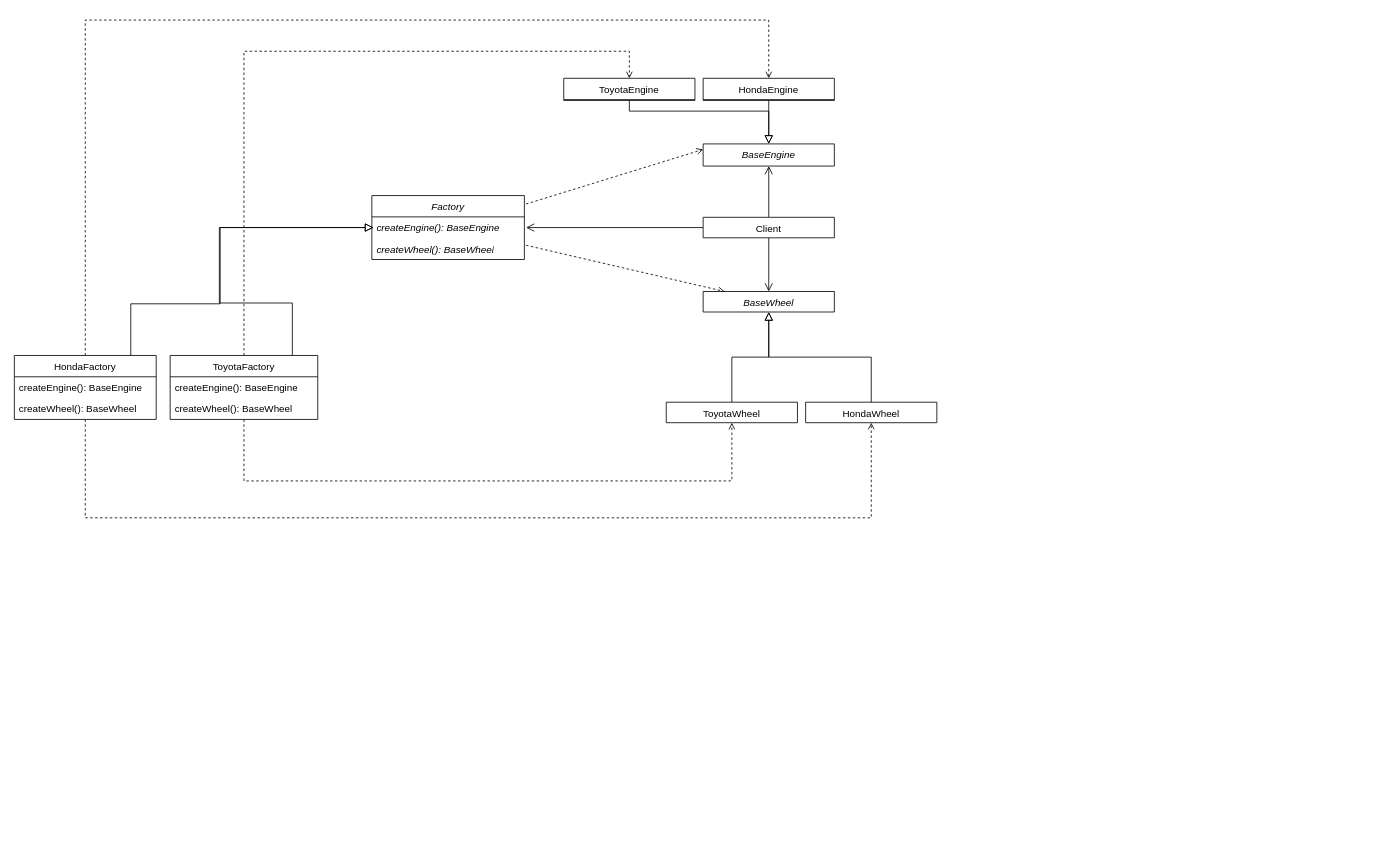
Earlier version of the draw.io diagram page "Страница-3" (3 of 3) of lab01/docs/1.drawio (Dvakian/Object-oriented-analysis-and-design-2). Source tidied: cells renumbered, new cells numbered last; positions are measured from the earlier drawing's top-left corner, leaving out a move shared by most shapes. Both pictures are drawn from the tidied source at 82%, with x=0, y=0 at pixel (14, 20).
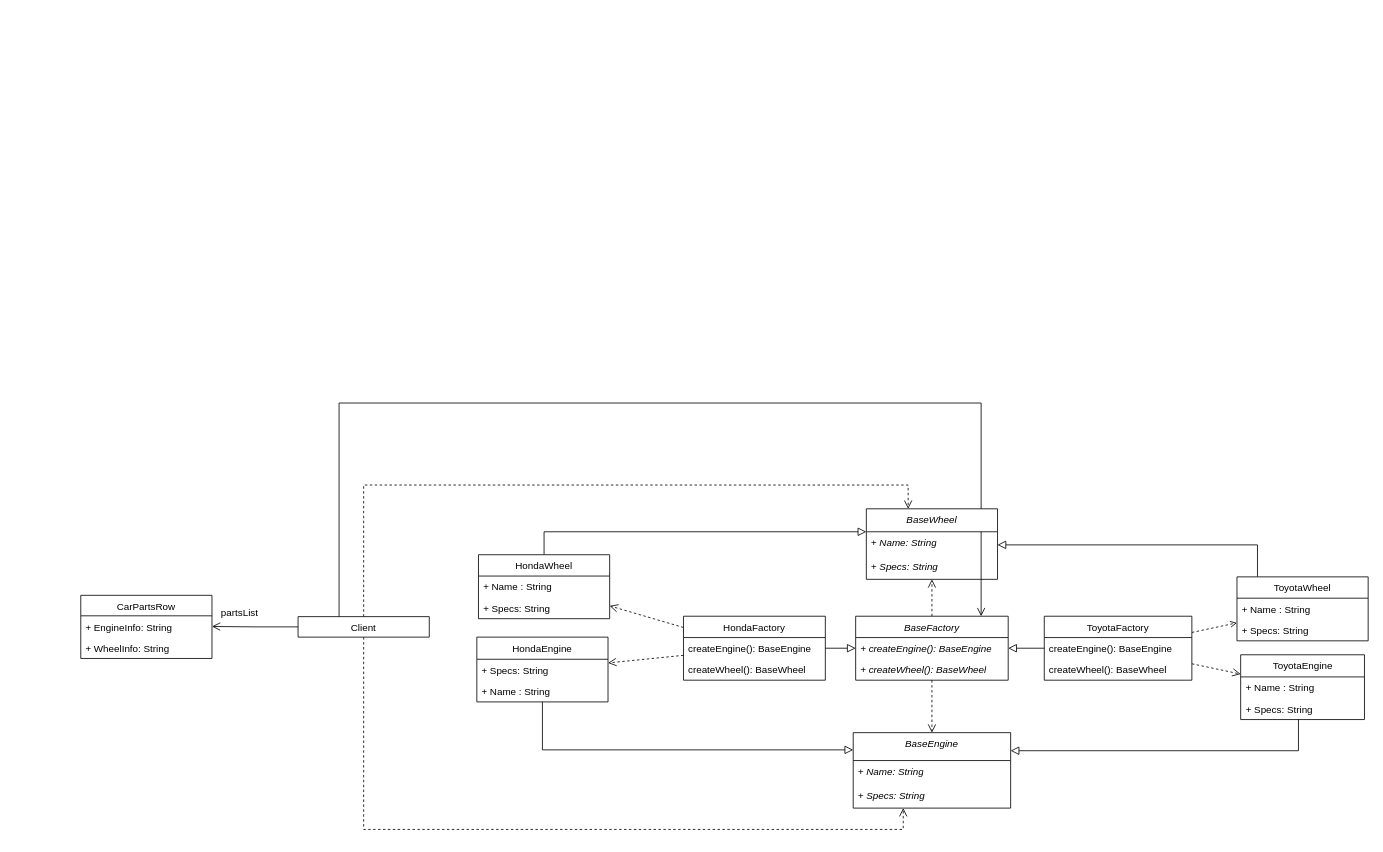
The same diagram, later.

Change to the diagram source:
```diff
@@
-    <mxCell id="2" style="edgeStyle=orthogonalEdgeStyle;rounded=0;jettySize=auto;html=1;endArrow=open;endFill=0;endSize=8;" parent="1" edge="1" source="5">
-      <mxGeometry relative="1" as="geometry">
-        <mxPoint x="624" y="253" as="targetPoint" />
-      </mxGeometry>
-    </mxCell>
-    <mxCell id="3" style="edgeStyle=orthogonalEdgeStyle;rounded=0;jettySize=auto;html=1;endSize=8;endArrow=open;endFill=0;" parent="1" edge="1" source="5" target="25">
-      <mxGeometry relative="1" as="geometry" />
-    </mxCell>
-    <mxCell id="4" style="edgeStyle=orthogonalEdgeStyle;rounded=0;jettySize=auto;html=1;endArrow=open;endFill=0;endSize=8;" parent="1" edge="1" source="5" target="20">
-      <mxGeometry relative="1" as="geometry" />
-    </mxCell>
-    <mxCell id="5" value="&lt;span style=&quot;font-weight: normal;&quot;&gt;Client&lt;/span&gt;" style="swimlane;fontStyle=1;align=center;verticalAlign=top;horizontal=1;startSize=34;whiteSpace=wrap;html=1;" parent="1" vertex="1">
-      <mxGeometry x="840" y="240.5" width="160" height="25" as="geometry" />
-    </mxCell>
-    <mxCell id="6" style="rounded=0;jettySize=auto;html=1;entryX=0;entryY=0.25;entryDx=0;entryDy=0;dashed=1;endArrow=open;endFill=0;" parent="1" edge="1" target="25">
-      <mxGeometry relative="1" as="geometry">
-        <mxPoint x="624" y="224.3" as="sourcePoint" />
-      </mxGeometry>
-    </mxCell>
-    <mxCell id="7" style="rounded=0;jettySize=auto;html=1;dashed=1;endArrow=open;endFill=0;" parent="1" edge="1" target="20">
-      <mxGeometry relative="1" as="geometry">
-        <mxPoint x="624" y="274.6" as="sourcePoint" />
-      </mxGeometry>
-    </mxCell>
-    <mxCell id="8" style="edgeStyle=orthogonalEdgeStyle;rounded=0;jettySize=auto;html=1;endArrow=block;endFill=0;endSize=8;" parent="1" edge="1" source="11">
-      <mxGeometry relative="1" as="geometry">
-        <mxPoint x="438" y="253" as="targetPoint" />
-        <Array as="points">
-          <mxPoint x="142" y="346" />
-          <mxPoint x="251" y="346" />
-        </Array>
-      </mxGeometry>
-    </mxCell>
+    <mxCell id="10" style="rounded=0;jettySize=auto;html=1;dashed=1;endArrow=open;endFill=0;endSize=8;" parent="1" edge="1" source="11" target="29">
+      <mxGeometry relative="1" as="geometry" />
+    </mxCell>
+    <mxCell id="33" style="edgeStyle=orthogonalEdgeStyle;rounded=0;jettySize=auto;html=1;endArrow=block;endFill=0;endSize=8;" parent="1" edge="1" source="11" target="41">
+      <mxGeometry relative="1" as="geometry">
+        <Array as="points">
+          <mxPoint x="926" y="766" />
+        </Array>
+      </mxGeometry>
+    </mxCell>
-    <mxCell id="9" style="rounded=0;jettySize=auto;html=1;edgeStyle=elbowEdgeStyle;dashed=1;endArrow=open;endFill=0;" parent="1" edge="1" source="11" target="24">
-      <mxGeometry relative="1" as="geometry">
-        <Array as="points">
-          <mxPoint x="564" y="607" />
-        </Array>
-      </mxGeometry>
+    <mxCell id="9" style="rounded=0;jettySize=auto;html=1;endArrow=open;endFill=0;endSize=8;dashed=1;" parent="1" edge="1" source="11" target="24">
+      <mxGeometry relative="1" as="geometry" />
     </mxCell>
-    <mxCell id="10" style="edgeStyle=orthogonalEdgeStyle;rounded=0;jettySize=auto;html=1;dashed=1;endArrow=open;endFill=0;" parent="1" edge="1" source="11" target="29">
-      <mxGeometry relative="1" as="geometry">
-        <Array as="points">
-          <mxPoint x="86" />
-          <mxPoint x="920" />
-        </Array>
-      </mxGeometry>
-    </mxCell>
     <mxCell id="11" value="&lt;span style=&quot;font-weight: normal;&quot;&gt;HondaFactory&lt;/span&gt;" style="swimlane;fontStyle=1;align=center;verticalAlign=top;horizontal=1;startSize=26;whiteSpace=wrap;html=1;" parent="1" vertex="1">
-      <mxGeometry y="409" width="173" height="78" as="geometry" />
+      <mxGeometry x="816" y="727" width="173" height="78" as="geometry" />
     </mxCell>
@@
-    <mxCell id="14" style="edgeStyle=orthogonalEdgeStyle;rounded=0;jettySize=auto;html=1;endArrow=block;endFill=0;endSize=8;" parent="1" edge="1" source="17">
-      <mxGeometry relative="1" as="geometry">
-        <mxPoint x="438" y="253" as="targetPoint" />
-        <Array as="points">
-          <mxPoint x="339" y="345" />
-          <mxPoint x="250" y="345" />
-        </Array>
-      </mxGeometry>
-    </mxCell>
+    <mxCell id="16" style="rounded=0;jettySize=auto;html=1;dashed=1;endArrow=open;endFill=0;endSize=8;" parent="1" edge="1" source="17" target="27">
+      <mxGeometry relative="1" as="geometry" />
+    </mxCell>
+    <mxCell id="34" style="edgeStyle=orthogonalEdgeStyle;rounded=0;jettySize=auto;html=1;endArrow=block;endFill=0;endSize=8;" parent="1" edge="1" source="17" target="41">
+      <mxGeometry relative="1" as="geometry">
+        <Array as="points">
+          <mxPoint x="1316" y="766" />
+        </Array>
+      </mxGeometry>
+    </mxCell>
-    <mxCell id="15" style="edgeStyle=orthogonalEdgeStyle;rounded=0;jettySize=auto;html=1;dashed=1;endArrow=open;endFill=0;" parent="1" edge="1" source="17" target="22">
-      <mxGeometry relative="1" as="geometry">
-        <Array as="points">
-          <mxPoint x="280" y="562" />
-          <mxPoint x="875" y="562" />
-        </Array>
-      </mxGeometry>
+    <mxCell id="15" style="rounded=0;jettySize=auto;html=1;dashed=1;endArrow=open;endFill=0;" parent="1" edge="1" source="17" target="22">
+      <mxGeometry relative="1" as="geometry" />
     </mxCell>
-    <mxCell id="16" style="edgeStyle=orthogonalEdgeStyle;rounded=0;jettySize=auto;html=1;dashed=1;endArrow=open;endFill=0;" parent="1" edge="1" source="17" target="27">
-      <mxGeometry relative="1" as="geometry">
-        <Array as="points">
-          <mxPoint x="280" y="38" />
-          <mxPoint x="750" y="38" />
-        </Array>
-      </mxGeometry>
-    </mxCell>
     <mxCell id="17" value="ToyotaFactory" style="swimlane;fontStyle=0;align=center;verticalAlign=top;horizontal=1;startSize=26;whiteSpace=wrap;html=1;" parent="1" vertex="1">
-      <mxGeometry x="190" y="409" width="180" height="78" as="geometry" />
+      <mxGeometry x="1256" y="727" width="180" height="78" as="geometry" />
     </mxCell>
@@
-    <mxCell id="20" value="&lt;i style=&quot;font-weight: normal;&quot;&gt;BaseWheel&lt;/i&gt;&lt;div&gt;&lt;i style=&quot;font-weight: normal;&quot;&gt;&lt;br&gt;&lt;/i&gt;&lt;/div&gt;" style="swimlane;fontStyle=1;align=center;verticalAlign=top;horizontal=1;startSize=34;whiteSpace=wrap;html=1;" parent="1" vertex="1">
-      <mxGeometry x="840" y="331" width="160" height="25" as="geometry" />
-    </mxCell>
+    <mxCell id="28" style="rounded=0;jettySize=auto;html=1;endArrow=block;endFill=0;endSize=8;edgeStyle=orthogonalEdgeStyle;" parent="1" edge="1" source="29" target="25">
+      <mxGeometry relative="1" as="geometry">
+        <Array as="points">
+          <mxPoint x="644" y="890" />
+        </Array>
+      </mxGeometry>
+    </mxCell>
+    <mxCell id="29" value="&lt;span style=&quot;font-weight: 400; text-align: left;&quot;&gt;HondaEngine&lt;/span&gt;" style="swimlane;fontStyle=1;align=center;verticalAlign=top;horizontal=1;startSize=27;whiteSpace=wrap;html=1;" parent="1" vertex="1">
+      <mxGeometry x="564" y="752.5" width="160" height="79" as="geometry" />
+    </mxCell>
+    <mxCell id="35" value="&lt;i&gt;+ &lt;/i&gt;Specs: String" style="text;strokeColor=none;fillColor=none;align=left;verticalAlign=top;spacingLeft=4;spacingRight=4;overflow=hidden;whiteSpace=wrap;html=1;" parent="29" vertex="1">
+      <mxGeometry y="27" width="160" height="26" as="geometry" />
+    </mxCell>
+    <mxCell id="36" value="&lt;i&gt;+ &lt;/i&gt;Name : String" style="text;strokeColor=none;fillColor=none;align=left;verticalAlign=top;spacingLeft=4;spacingRight=4;overflow=hidden;whiteSpace=wrap;html=1;" parent="29" vertex="1">
+      <mxGeometry y="53" width="160" height="26" as="geometry" />
+    </mxCell>
+    <mxCell id="23" style="rounded=0;jettySize=auto;html=1;endSize=8;endArrow=block;endFill=0;edgeStyle=orthogonalEdgeStyle;" parent="1" edge="1" source="24" target="20">
+      <mxGeometry relative="1" as="geometry">
+        <Array as="points">
+          <mxPoint x="646" y="624" />
+        </Array>
+      </mxGeometry>
+    </mxCell>
+    <mxCell id="24" value="&lt;span style=&quot;font-weight: 400; text-align: left;&quot;&gt;Honda&lt;/span&gt;&lt;span style=&quot;font-weight: 400; text-align: left;&quot;&gt;Wheel&lt;/span&gt;" style="swimlane;fontStyle=1;align=center;verticalAlign=top;horizontal=1;startSize=26;whiteSpace=wrap;html=1;" parent="1" vertex="1">
+      <mxGeometry x="566" y="652" width="160" height="78" as="geometry" />
+    </mxCell>
+    <mxCell id="37" value="&lt;i&gt;+ &lt;/i&gt;Name : String" style="text;strokeColor=none;fillColor=none;align=left;verticalAlign=top;spacingLeft=4;spacingRight=4;overflow=hidden;whiteSpace=wrap;html=1;" parent="24" vertex="1">
+      <mxGeometry y="26" width="160" height="26" as="geometry" />
+    </mxCell>
+    <mxCell id="38" value="&lt;i&gt;+ &lt;/i&gt;Specs: String" style="text;strokeColor=none;fillColor=none;align=left;verticalAlign=top;spacingLeft=4;spacingRight=4;overflow=hidden;whiteSpace=wrap;html=1;" parent="24" vertex="1">
+      <mxGeometry y="52" width="160" height="26" as="geometry" />
+    </mxCell>
+    <mxCell id="39" style="rounded=0;jettySize=auto;html=1;strokeWidth=1;endSize=8;endArrow=open;endFill=0;dashed=1;" parent="1" edge="1" source="41" target="25">
+      <mxGeometry relative="1" as="geometry" />
+    </mxCell>
+    <mxCell id="40" style="rounded=0;jettySize=auto;html=1;dashed=1;endArrow=open;endFill=0;endSize=8;" parent="1" edge="1" source="41" target="20">
+      <mxGeometry relative="1" as="geometry" />
+    </mxCell>
+    <mxCell id="41" value="&lt;i style=&quot;font-weight: normal;&quot;&gt;BaseFactory&lt;/i&gt;" style="swimlane;fontStyle=1;align=center;verticalAlign=top;horizontal=1;startSize=26;whiteSpace=wrap;html=1;" parent="1" vertex="1">
+      <mxGeometry x="1026" y="727" width="186" height="78" as="geometry" />
+    </mxCell>
+    <mxCell id="42" value="&lt;i&gt;+ createEngine(): BaseEngine&lt;/i&gt;" style="text;strokeColor=none;fillColor=none;align=left;verticalAlign=top;spacingLeft=4;spacingRight=4;overflow=hidden;whiteSpace=wrap;html=1;" parent="41" vertex="1">
+      <mxGeometry y="26" width="186" height="26" as="geometry" />
+    </mxCell>
+    <mxCell id="43" value="&lt;i&gt;+ createWheel(): BaseWheel&lt;/i&gt;" style="text;strokeColor=none;fillColor=none;align=left;verticalAlign=top;spacingLeft=4;spacingRight=4;overflow=hidden;whiteSpace=wrap;html=1;" parent="41" vertex="1">
+      <mxGeometry y="52" width="186" height="26" as="geometry" />
+    </mxCell>
+    <mxCell id="4" style="edgeStyle=orthogonalEdgeStyle;rounded=0;jettySize=auto;html=1;endSize=8;endArrow=open;endFill=0;dashed=1;" parent="1" edge="1" source="5" target="20">
+      <mxGeometry relative="1" as="geometry">
+        <Array as="points">
+          <mxPoint x="426" y="567" />
+          <mxPoint x="1090" y="567" />
+        </Array>
+      </mxGeometry>
+    </mxCell>
+    <mxCell id="3" style="edgeStyle=orthogonalEdgeStyle;rounded=0;jettySize=auto;html=1;endSize=8;endArrow=open;endFill=0;dashed=1;" parent="1" edge="1" source="5" target="25">
+      <mxGeometry relative="1" as="geometry">
+        <Array as="points">
+          <mxPoint x="426" y="987" />
+          <mxPoint x="1084" y="987" />
+        </Array>
+      </mxGeometry>
+    </mxCell>
+    <mxCell id="44" style="edgeStyle=orthogonalEdgeStyle;rounded=0;jettySize=auto;html=1;endSize=8;endArrow=open;endFill=0;" parent="1" edge="1" source="5" target="41">
+      <mxGeometry relative="1" as="geometry">
+        <Array as="points">
+          <mxPoint x="396" y="467" />
+          <mxPoint x="1179" y="467" />
+        </Array>
+      </mxGeometry>
+    </mxCell>
+    <mxCell id="5" value="&lt;span style=&quot;font-weight: normal;&quot;&gt;Client&lt;/span&gt;" style="swimlane;fontStyle=1;align=center;verticalAlign=top;horizontal=1;startSize=34;whiteSpace=wrap;html=1;" parent="1" vertex="1">
+      <mxGeometry x="346" y="727.5" width="160" height="25" as="geometry" />
+    </mxCell>
+    <mxCell id="25" value="&lt;span style=&quot;font-weight: 400;&quot;&gt;&lt;i&gt;BaseEngine&lt;/i&gt;&lt;/span&gt;" style="swimlane;fontStyle=1;align=center;verticalAlign=top;horizontal=1;startSize=34;whiteSpace=wrap;html=1;" parent="1" vertex="1">
+      <mxGeometry x="1023" y="869" width="192" height="92" as="geometry" />
+    </mxCell>
+    <mxCell id="45" value="&lt;i&gt;+ Name: String&lt;/i&gt;" style="text;strokeColor=none;fillColor=none;align=left;verticalAlign=top;spacingLeft=4;spacingRight=4;overflow=hidden;whiteSpace=wrap;html=1;" parent="25" vertex="1">
+      <mxGeometry y="34" width="192" height="29" as="geometry" />
+    </mxCell>
+    <mxCell id="46" value="&lt;i&gt;+ Specs: String&lt;/i&gt;" style="text;strokeColor=none;fillColor=none;align=left;verticalAlign=top;spacingLeft=4;spacingRight=4;overflow=hidden;whiteSpace=wrap;html=1;" parent="25" vertex="1">
+      <mxGeometry y="63" width="192" height="29" as="geometry" />
+    </mxCell>
+    <mxCell id="26" style="edgeStyle=orthogonalEdgeStyle;rounded=0;jettySize=auto;html=1;endArrow=block;endFill=0;endSize=8;" parent="1" edge="1" source="27" target="25">
+      <mxGeometry relative="1" as="geometry">
+        <Array as="points">
+          <mxPoint x="1566" y="891" />
+        </Array>
+      </mxGeometry>
+    </mxCell>
+    <mxCell id="27" value="&lt;span style=&quot;font-weight: 400; text-align: left;&quot;&gt;ToyotaEngine&lt;/span&gt;" style="swimlane;fontStyle=1;align=center;verticalAlign=top;horizontal=1;startSize=27;whiteSpace=wrap;html=1;" parent="1" vertex="1">
+      <mxGeometry x="1495.5" y="774" width="151" height="79" as="geometry" />
+    </mxCell>
+    <mxCell id="47" value="&lt;i&gt;+ &lt;/i&gt;Name : String" style="text;strokeColor=none;fillColor=none;align=left;verticalAlign=top;spacingLeft=4;spacingRight=4;overflow=hidden;whiteSpace=wrap;html=1;" parent="27" vertex="1">
+      <mxGeometry y="27" width="151" height="26" as="geometry" />
+    </mxCell>
+    <mxCell id="48" value="&lt;i&gt;+ &lt;/i&gt;Specs: String" style="text;strokeColor=none;fillColor=none;align=left;verticalAlign=top;spacingLeft=4;spacingRight=4;overflow=hidden;whiteSpace=wrap;html=1;" parent="27" vertex="1">
+      <mxGeometry y="53" width="151" height="26" as="geometry" />
+    </mxCell>
-    <mxCell id="21" style="edgeStyle=orthogonalEdgeStyle;rounded=0;jettySize=auto;html=1;endArrow=block;endFill=0;endSize=8;" parent="1" edge="1" source="22" target="20">
+    <mxCell id="21" style="edgeStyle=orthogonalEdgeStyle;rounded=0;jettySize=auto;html=1;endSize=8;endArrow=block;endFill=0;" parent="1" edge="1" source="22" target="20">
       <mxGeometry relative="1" as="geometry">
         <Array as="points">
-          <mxPoint x="875" y="411" />
-          <mxPoint x="920" y="411" />
+          <mxPoint x="1516" y="640" />
         </Array>
       </mxGeometry>
     </mxCell>
     <mxCell id="22" value="&lt;span style=&quot;font-weight: 400; text-align: left;&quot;&gt;ToyotaWheel&lt;/span&gt;" style="swimlane;fontStyle=1;align=center;verticalAlign=top;horizontal=1;startSize=26;whiteSpace=wrap;html=1;" parent="1" vertex="1">
-      <mxGeometry x="795" y="466" width="160" height="25" as="geometry" />
+      <mxGeometry x="1491" y="679" width="160" height="78" as="geometry" />
     </mxCell>
-    <mxCell id="23" style="edgeStyle=orthogonalEdgeStyle;rounded=0;jettySize=auto;html=1;endArrow=block;endFill=0;startSize=6;endSize=8;" parent="1" edge="1" source="24" target="20">
-      <mxGeometry relative="1" as="geometry" />
-    </mxCell>
-    <mxCell id="24" value="&lt;span style=&quot;font-weight: 400; text-align: left;&quot;&gt;Honda&lt;/span&gt;&lt;span style=&quot;font-weight: 400; text-align: left;&quot;&gt;Wheel&lt;/span&gt;" style="swimlane;fontStyle=1;align=center;verticalAlign=top;horizontal=1;startSize=26;whiteSpace=wrap;html=1;" parent="1" vertex="1">
-      <mxGeometry x="965" y="466" width="160" height="25" as="geometry" />
-    </mxCell>
-    <mxCell id="25" value="&lt;span style=&quot;font-weight: 400;&quot;&gt;&lt;i&gt;BaseEngine&lt;/i&gt;&lt;/span&gt;" style="swimlane;fontStyle=1;align=center;verticalAlign=top;horizontal=1;startSize=34;whiteSpace=wrap;html=1;" parent="1" vertex="1">
-      <mxGeometry x="840" y="151" width="160" height="27" as="geometry" />
-    </mxCell>
-    <mxCell id="26" style="edgeStyle=orthogonalEdgeStyle;rounded=0;jettySize=auto;html=1;endArrow=block;endFill=0;endSize=8;" parent="1" edge="1" source="27" target="25">
-      <mxGeometry relative="1" as="geometry">
-        <Array as="points">
-          <mxPoint x="750" y="111" />
-          <mxPoint x="920" y="111" />
-        </Array>
-      </mxGeometry>
-    </mxCell>
-    <mxCell id="27" value="&lt;span style=&quot;font-weight: 400; text-align: left;&quot;&gt;ToyotaEngine&lt;/span&gt;" style="swimlane;fontStyle=1;align=center;verticalAlign=top;horizontal=1;startSize=26;whiteSpace=wrap;html=1;" parent="1" vertex="1">
-      <mxGeometry x="670" y="71" width="160" height="27" as="geometry" />
-    </mxCell>
-    <mxCell id="28" style="edgeStyle=orthogonalEdgeStyle;rounded=0;jettySize=auto;html=1;endArrow=block;endFill=0;startSize=6;endSize=8;" parent="1" edge="1" source="29" target="25">
-      <mxGeometry relative="1" as="geometry" />
-    </mxCell>
-    <mxCell id="29" value="&lt;span style=&quot;font-weight: 400; text-align: left;&quot;&gt;HondaEngine&lt;/span&gt;" style="swimlane;fontStyle=1;align=center;verticalAlign=top;horizontal=1;startSize=26;whiteSpace=wrap;html=1;" parent="1" vertex="1">
-      <mxGeometry x="840" y="71" width="160" height="27" as="geometry" />
-    </mxCell>
-    <mxCell id="30" value="&lt;i style=&quot;font-weight: normal;&quot;&gt;Factory&lt;/i&gt;" style="swimlane;fontStyle=1;align=center;verticalAlign=top;horizontal=1;startSize=26;whiteSpace=wrap;html=1;" parent="1" vertex="1">
-      <mxGeometry x="436" y="214" width="186" height="78" as="geometry" />
-    </mxCell>
-    <mxCell id="31" value="&lt;i&gt;createEngine(): BaseEngine&lt;/i&gt;" style="text;strokeColor=none;fillColor=none;align=left;verticalAlign=top;spacingLeft=4;spacingRight=4;overflow=hidden;whiteSpace=wrap;html=1;" parent="30" vertex="1">
-      <mxGeometry y="26" width="186" height="26" as="geometry" />
-    </mxCell>
-    <mxCell id="32" value="&lt;i&gt;createWheel(): BaseWheel&lt;/i&gt;" style="text;strokeColor=none;fillColor=none;align=left;verticalAlign=top;spacingLeft=4;spacingRight=4;overflow=hidden;whiteSpace=wrap;html=1;" parent="30" vertex="1">
-      <mxGeometry y="52" width="186" height="26" as="geometry" />
-    </mxCell>
+    <mxCell id="49" value="&lt;i&gt;+ &lt;/i&gt;Name : String" style="text;strokeColor=none;fillColor=none;align=left;verticalAlign=top;spacingLeft=4;spacingRight=4;overflow=hidden;whiteSpace=wrap;html=1;" parent="22" vertex="1">
+      <mxGeometry y="26" width="160" height="26" as="geometry" />
+    </mxCell>
+    <mxCell id="50" value="&lt;i&gt;+ &lt;/i&gt;Specs: String" style="text;strokeColor=none;fillColor=none;align=left;verticalAlign=top;spacingLeft=4;spacingRight=4;overflow=hidden;whiteSpace=wrap;html=1;" parent="22" vertex="1">
+      <mxGeometry y="52" width="160" height="26" as="geometry" />
+    </mxCell>
+    <mxCell id="20" value="&lt;i style=&quot;font-weight: normal;&quot;&gt;BaseWheel&lt;/i&gt;&lt;div&gt;&lt;i style=&quot;font-weight: normal;&quot;&gt;&lt;br&gt;&lt;/i&gt;&lt;/div&gt;" style="swimlane;fontStyle=1;align=center;verticalAlign=top;horizontal=1;startSize=28;whiteSpace=wrap;html=1;" parent="1" vertex="1">
+      <mxGeometry x="1039" y="596" width="160" height="86" as="geometry" />
+    </mxCell>
+    <mxCell id="51" value="&lt;i&gt;+ Name: String&lt;/i&gt;" style="text;strokeColor=none;fillColor=none;align=left;verticalAlign=top;spacingLeft=4;spacingRight=4;overflow=hidden;whiteSpace=wrap;html=1;" parent="20" vertex="1">
+      <mxGeometry y="28" width="160" height="29" as="geometry" />
+    </mxCell>
+    <mxCell id="52" value="&lt;i&gt;+ Specs: String&lt;/i&gt;" style="text;strokeColor=none;fillColor=none;align=left;verticalAlign=top;spacingLeft=4;spacingRight=4;overflow=hidden;whiteSpace=wrap;html=1;" parent="20" vertex="1">
+      <mxGeometry y="57" width="160" height="29" as="geometry" />
+    </mxCell>
+    <mxCell id="53" value="&lt;span style=&quot;font-weight: 400;&quot;&gt;CarPartsRow&lt;/span&gt;" style="swimlane;fontStyle=1;align=center;verticalAlign=top;horizontal=1;startSize=25;whiteSpace=wrap;html=1;" parent="1" vertex="1">
+      <mxGeometry x="81" y="701.5" width="160" height="77" as="geometry" />
+    </mxCell>
+    <mxCell id="54" value="&lt;i&gt;+ &lt;/i&gt;EngineInfo: String" style="text;strokeColor=none;fillColor=none;align=left;verticalAlign=top;spacingLeft=4;spacingRight=4;overflow=hidden;points=[[0,0.5],[1,0.5]];portConstraint=eastwest;whiteSpace=wrap;html=1;" parent="53" vertex="1">
+      <mxGeometry y="25" width="160" height="26" as="geometry" />
+    </mxCell>
+    <mxCell id="55" value="&lt;i&gt;+ &lt;/i&gt;WheelInfo: String" style="text;strokeColor=none;fillColor=none;align=left;verticalAlign=top;spacingLeft=4;spacingRight=4;overflow=hidden;whiteSpace=wrap;html=1;" parent="53" vertex="1">
+      <mxGeometry y="51" width="160" height="26" as="geometry" />
+    </mxCell>
+    <mxCell id="56" style="edgeStyle=orthogonalEdgeStyle;rounded=0;jettySize=auto;html=1;endArrow=open;endFill=0;endSize=8;" parent="1" edge="1" source="5" target="54">
+      <mxGeometry relative="1" as="geometry" />
+    </mxCell>
+    <mxCell id="57" value="partsList" style="text;html=1;whiteSpace=wrap;strokeColor=none;fillColor=none;align=center;verticalAlign=middle;rounded=0;" parent="1" vertex="1">
+      <mxGeometry x="245" y="708" width="60" height="30" as="geometry" />
+    </mxCell>
```
